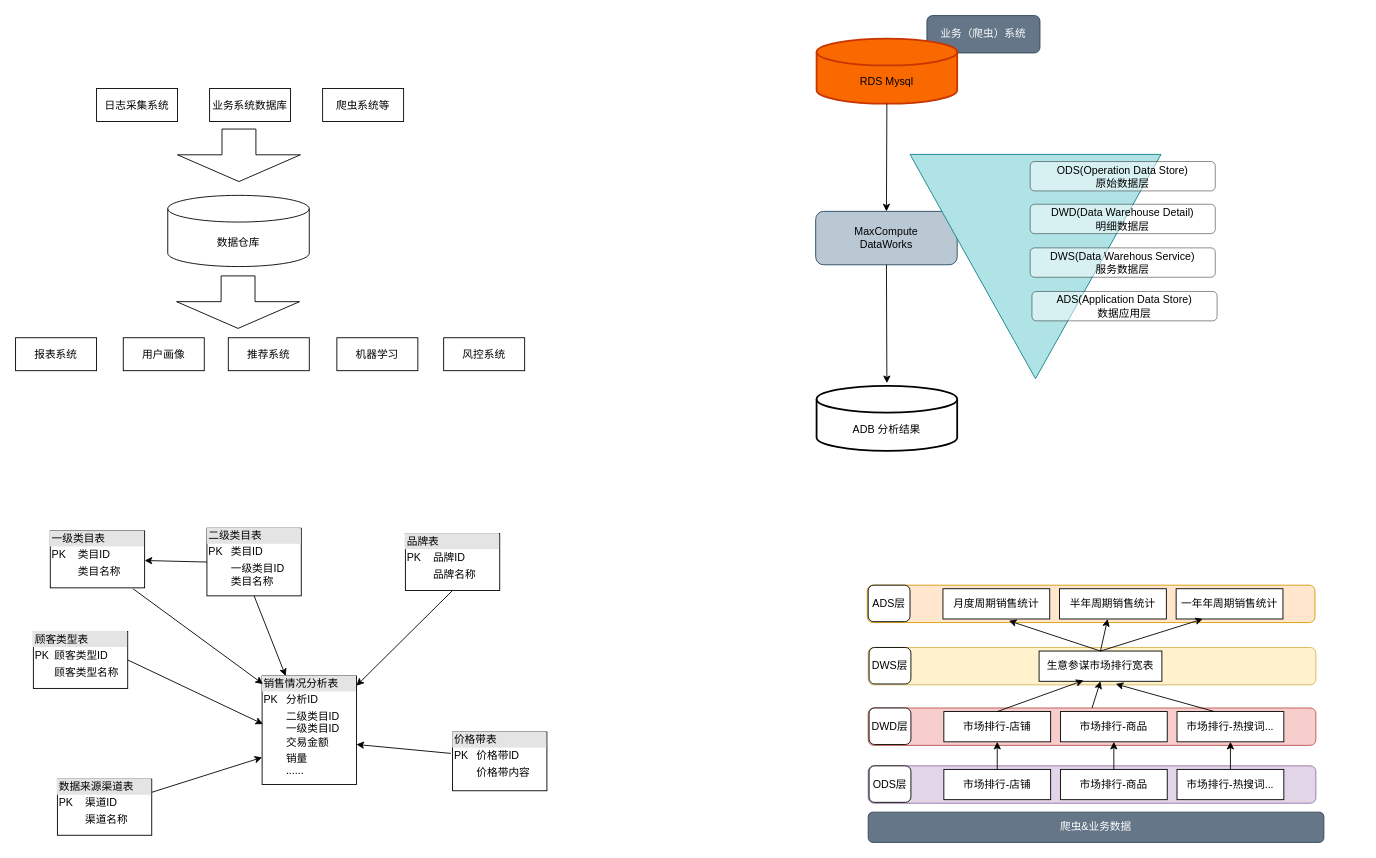
Before: blog/data_store.drawio in began-zhao/studydraw, a draw.io diagram. Source tidied: cells renumbered, new cells numbered last; positions are measured from the earlier drawing's top-left corner, leaving out a move shared by most shapes. Both pictures are drawn from the tidied source at 89%, with x=0, y=0 at pixel (15, 15).
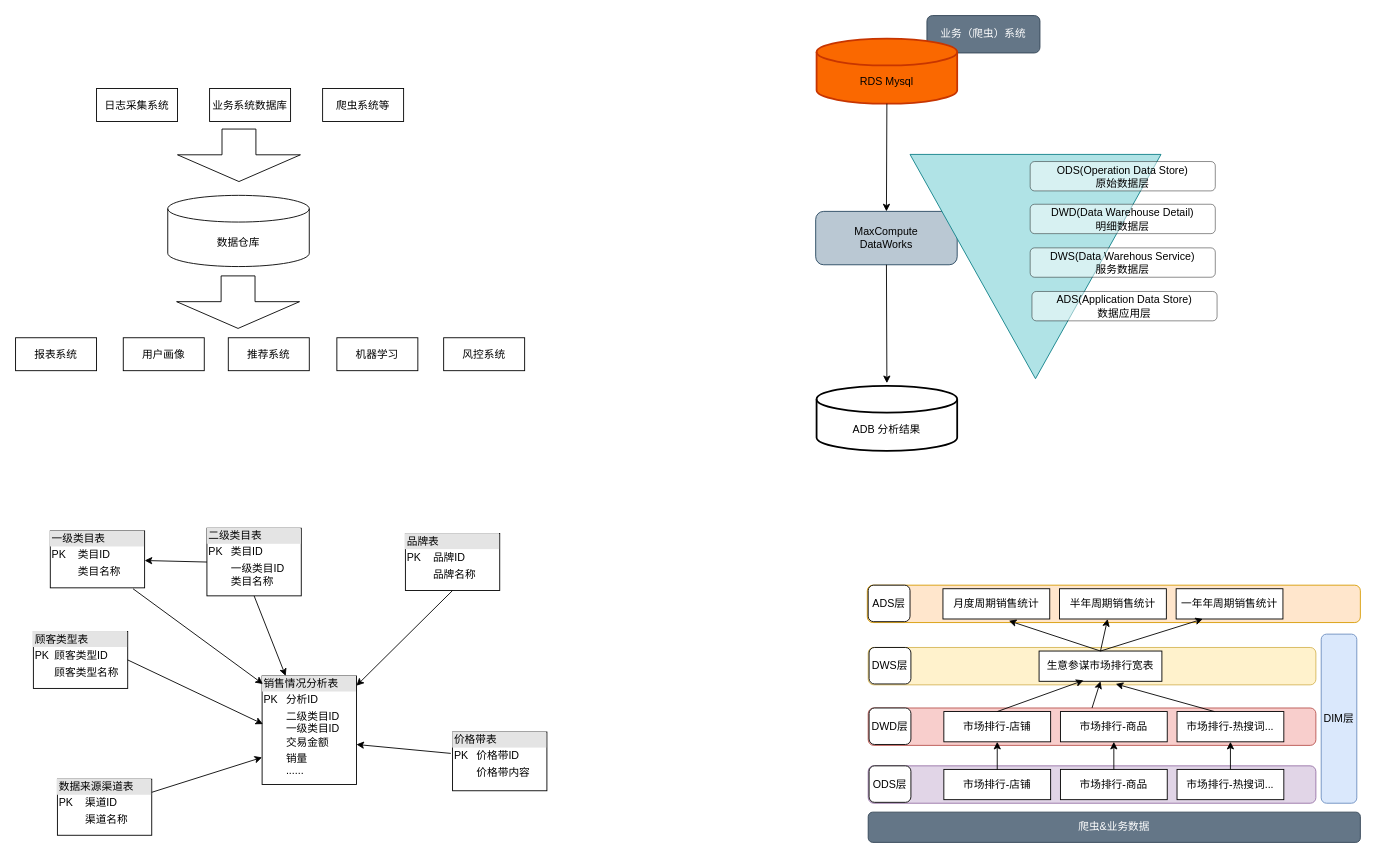
After the change.

What changed in the source:
```diff
@@
     <mxCell id="2" style="rounded=1;whiteSpace=wrap;html=1;fillColor=#ffe6cc;strokeColor=#d79b00;" parent="1" vertex="1">
-      <mxGeometry x="957" y="640" width="503" height="42" as="geometry" />
+      <mxGeometry x="957" y="640" width="554" height="42" as="geometry" />
     </mxCell>
@@
     <mxCell id="56" value="爬虫&amp;amp;业务数据" style="rounded=1;whiteSpace=wrap;html=1;fillColor=#647687;fontColor=#ffffff;strokeColor=#314354;" parent="1" vertex="1">
-      <mxGeometry x="958" y="895" width="512" height="34" as="geometry" />
+      <mxGeometry x="958" y="895" width="553" height="34" as="geometry" />
     </mxCell>
@@
+    <mxCell id="66" value="DIM层" style="rounded=1;whiteSpace=wrap;html=1;fillColor=#dae8fc;strokeColor=#6c8ebf;" parent="1" vertex="1">
+      <mxGeometry x="1467" y="695" width="40" height="190" as="geometry" />
+    </mxCell>
```
